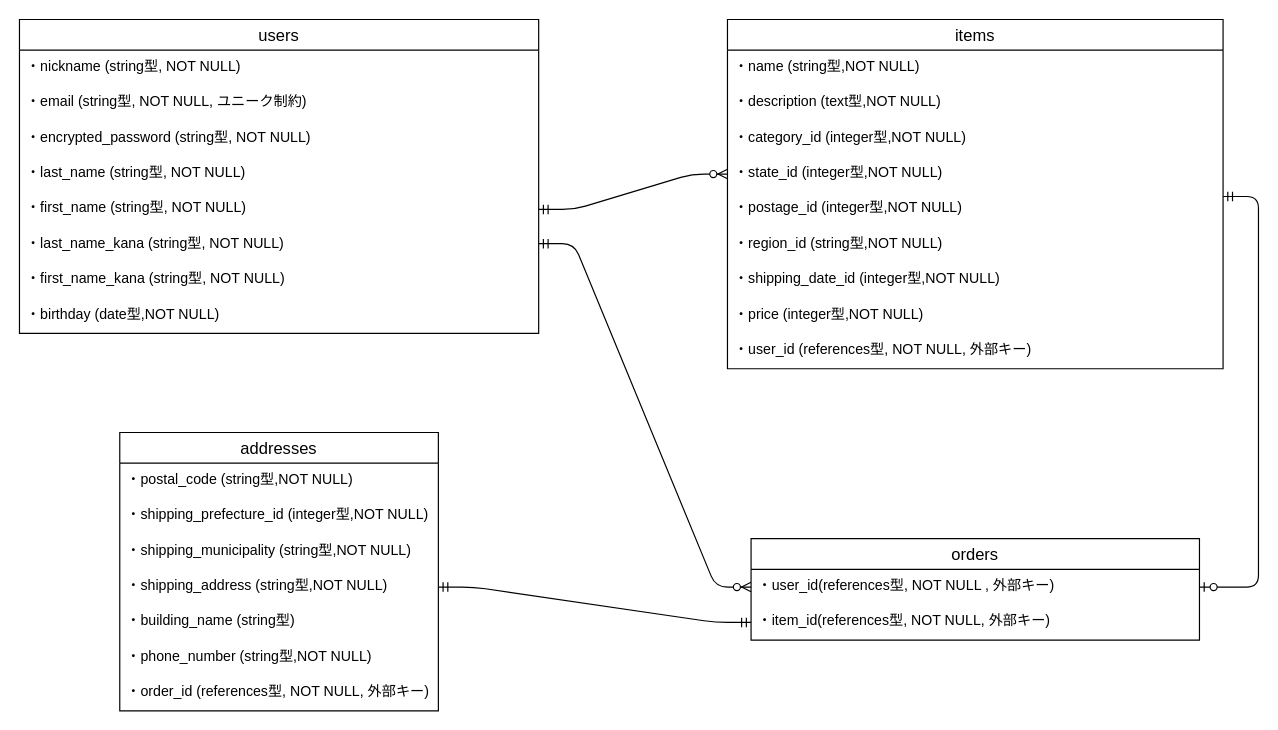
Earlier version of the draw.io diagram furima.dio (hiddy0329/furima-36958). Source tidied: cells renumbered, new cells numbered last; positions are measured from the earlier drawing's top-left corner, leaving out a move shared by most shapes. Both pictures are drawn from the tidied source at 118%, with x=0, y=0 at pixel (19, 19).
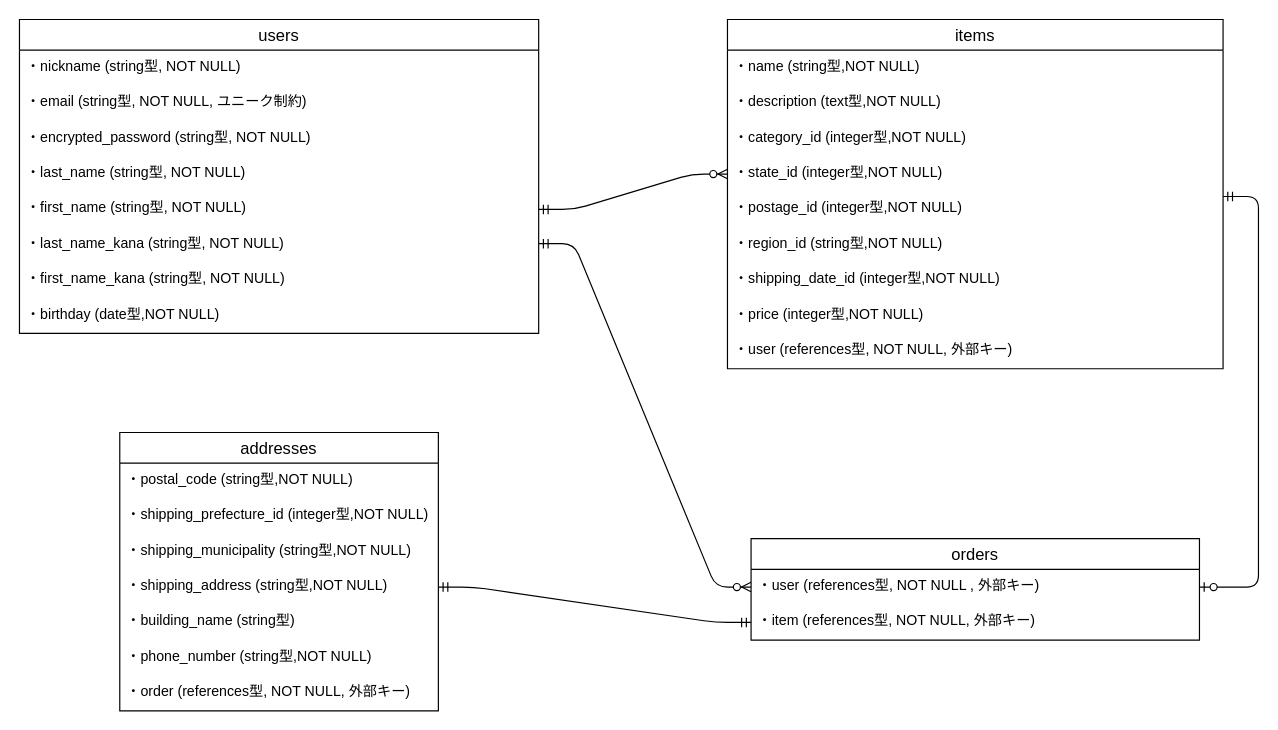
The same page after the edit.

Commit message (it also covers changes not shown here):
データベース設計の修正②

The change refers to these unchanged cells:
```xml
<mxCell id="11" value="items" style="swimlane;fontStyle=0;horizontal=1;startSize=26;align=center;fontSize=14;" parent="1" vertex="1">
  <mxGeometry x="600" width="420" height="296" as="geometry" />
</mxCell>
<mxCell id="21" value="addresses" style="swimlane;fontStyle=0;horizontal=1;startSize=26;align=center;fontSize=14;" parent="1" vertex="1">
  <mxGeometry x="85" y="350" width="270" height="236" as="geometry" />
</mxCell>
<mxCell id="30" value="orders" style="swimlane;fontStyle=0;horizontal=1;startSize=26;align=center;fontSize=14;" parent="1" vertex="1">
  <mxGeometry x="620" y="440" width="380" height="86" as="geometry" />
</mxCell>
```

Diff of the diagram source:
```diff
@@
-    <mxCell id="20" value="・user_id (references型, NOT NULL, 外部キー)" style="text;strokeColor=none;fillColor=none;spacingLeft=4;spacingRight=4;overflow=hidden;fontSize=12;" parent="11" vertex="1">
+    <mxCell id="20" value="・user (references型, NOT NULL, 外部キー)" style="text;strokeColor=none;fillColor=none;spacingLeft=4;spacingRight=4;overflow=hidden;fontSize=12;" parent="11" vertex="1">
       <mxGeometry y="266" width="420" height="30" as="geometry" />
     </mxCell>
@@
-    <mxCell id="28" value="・order_id (references型, NOT NULL, 外部キー)" style="text;strokeColor=none;fillColor=none;spacingLeft=4;spacingRight=4;overflow=hidden;fontSize=12;" parent="21" vertex="1">
+    <mxCell id="28" value="・order (references型, NOT NULL, 外部キー)" style="text;strokeColor=none;fillColor=none;spacingLeft=4;spacingRight=4;overflow=hidden;fontSize=12;" parent="21" vertex="1">
       <mxGeometry y="206" width="270" height="30" as="geometry" />
     </mxCell>
@@
-    <mxCell id="31" value="・user_id(references型, NOT NULL , 外部キー)" style="text;strokeColor=none;fillColor=none;spacingLeft=4;spacingRight=4;overflow=hidden;points=[[0,0.5],[1,0.5]];portConstraint=eastwest;fontSize=12;" parent="30" vertex="1">
+    <mxCell id="31" value="・user (references型, NOT NULL , 外部キー)" style="text;strokeColor=none;fillColor=none;spacingLeft=4;spacingRight=4;overflow=hidden;points=[[0,0.5],[1,0.5]];portConstraint=eastwest;fontSize=12;" parent="30" vertex="1">
       <mxGeometry y="26" width="380" height="30" as="geometry" />
     </mxCell>
-    <mxCell id="32" value="・item_id(references型, NOT NULL, 外部キー)" style="text;strokeColor=none;fillColor=none;spacingLeft=4;spacingRight=4;overflow=hidden;points=[[0,0.5],[1,0.5]];portConstraint=eastwest;fontSize=12;" parent="30" vertex="1">
+    <mxCell id="32" value="・item (references型, NOT NULL, 外部キー)" style="text;strokeColor=none;fillColor=none;spacingLeft=4;spacingRight=4;overflow=hidden;points=[[0,0.5],[1,0.5]];portConstraint=eastwest;fontSize=12;" parent="30" vertex="1">
       <mxGeometry y="56" width="380" height="30" as="geometry" />
     </mxCell>
```
